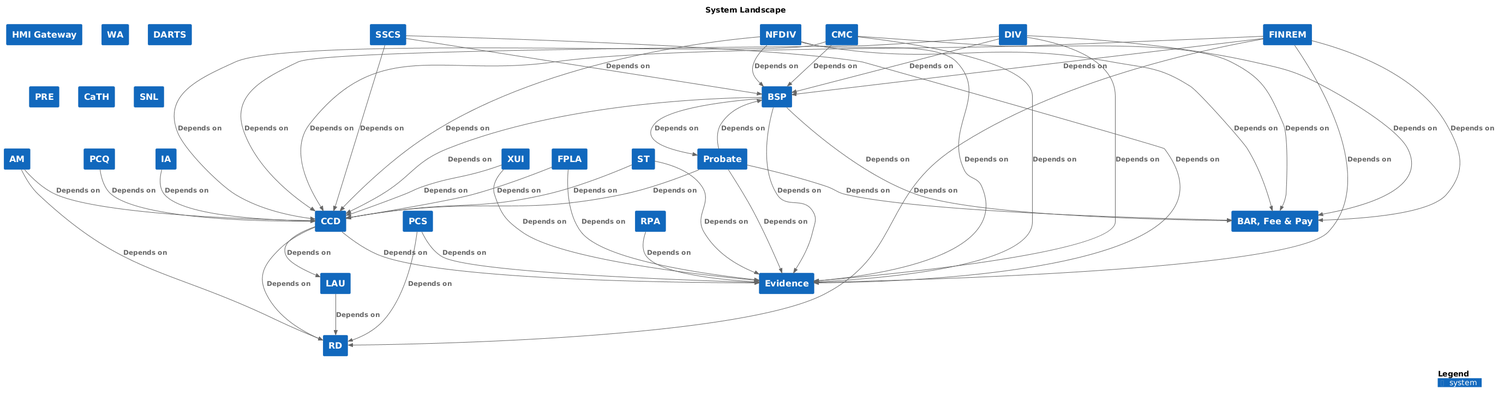
This is docs/c4/images/structurizr-landscape.png from hmcts/cnp-api-docs, a PlantUML export, as it was before one commit.
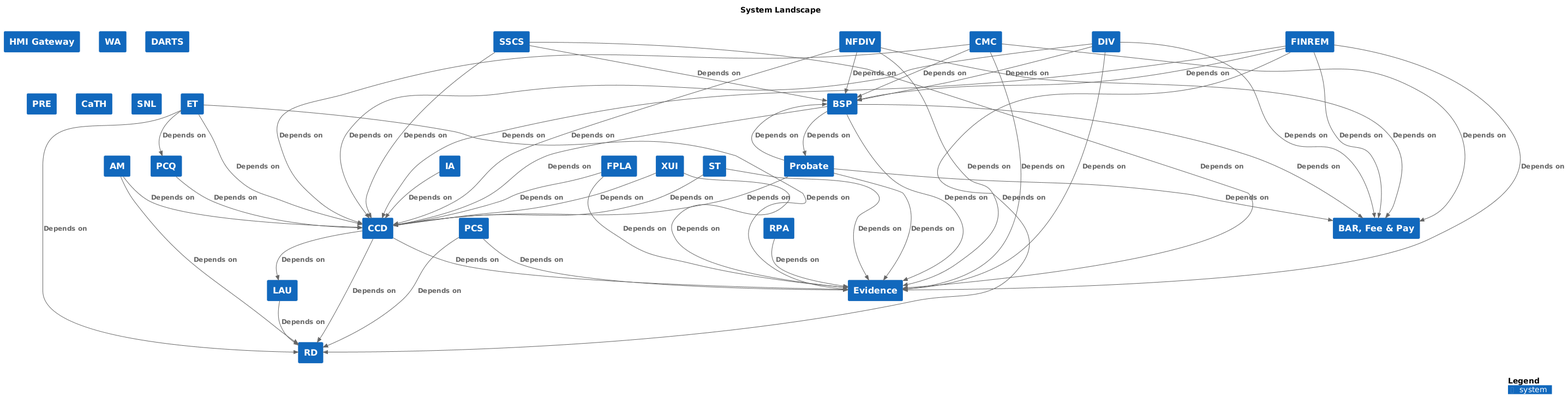
Above is the later version.

Diff of the diagram source:
```diff
@@ -19,6 +19,7 @@
 System(AM, "AM", $descr="", $tags="", $link="")
 System(PRE, "PRE", $descr="", $tags="", $link="")
 System(ST, "ST", $descr="", $tags="", $link="")
+System(ET, "ET", $descr="", $tags="", $link="")
 System(PCS, "PCS", $descr="", $tags="", $link="")
 System(LAU, "LAU", $descr="", $tags="", $link="")
 System(CCD, "CCD", $descr="", $tags="", $link="")
@@ -77,6 +78,10 @@
 Rel(AM, CCD, "Depends on", $techn="", $tags="", $link="")
 Rel(ST, CCD, "Depends on", $techn="", $tags="", $link="")
 Rel(ST, Evidence, "Depends on", $techn="", $tags="", $link="")
+Rel(ET, CCD, "Depends on", $techn="", $tags="", $link="")
+Rel(ET, Evidence, "Depends on", $techn="", $tags="", $link="")
+Rel(ET, RD, "Depends on", $techn="", $tags="", $link="")
+Rel(ET, PCQ, "Depends on", $techn="", $tags="", $link="")
 Rel(PCS, RD, "Depends on", $techn="", $tags="", $link="")
 Rel(PCS, Evidence, "Depends on", $techn="", $tags="", $link="")
 
```
